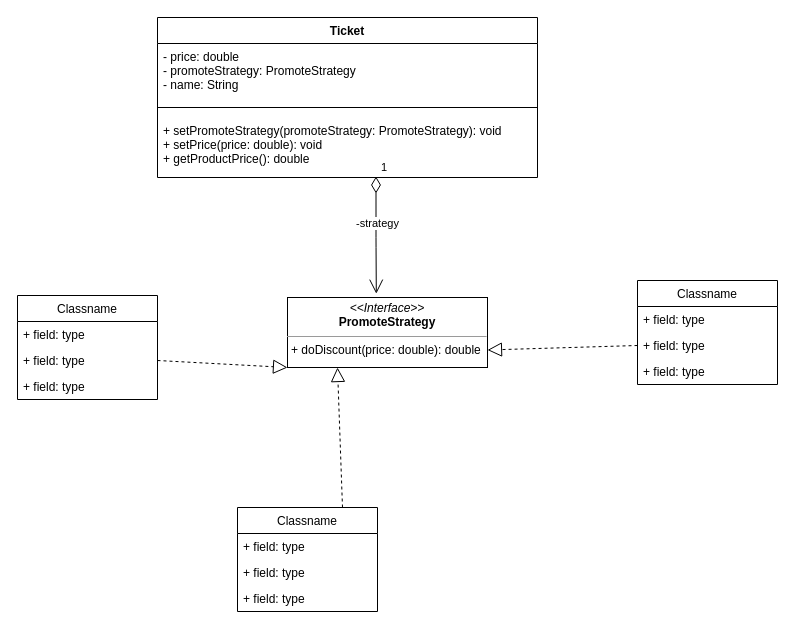
Above: StrategyDesignPatternDemo.drawio in tue0305/DesignPatternDemo (draw.io), before the change. Source tidied: cells renumbered, new cells numbered last; positions are measured from the earlier drawing's top-left corner, leaving out a move shared by most shapes. Both pictures are drawn from the tidied source at 100%, with x=0, y=0 at pixel (17, 17).
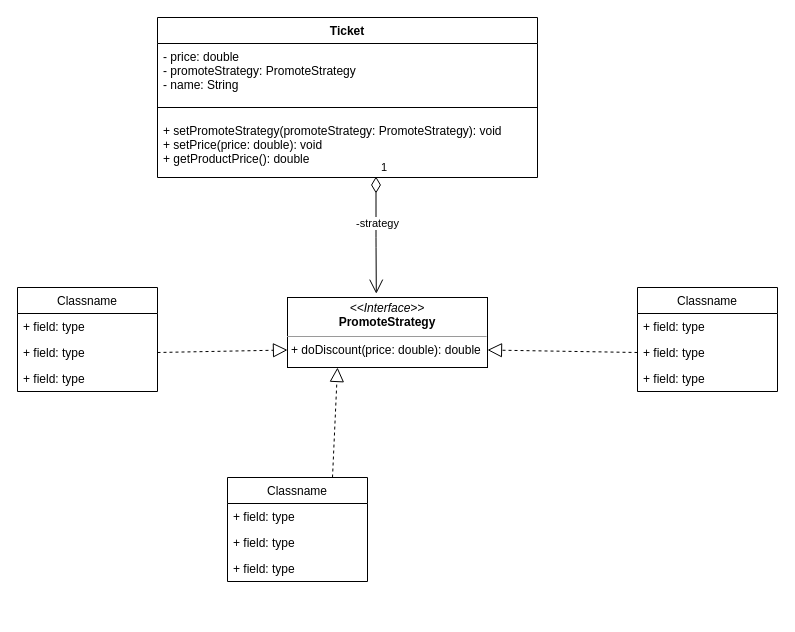
After the change.

The change refers to these unchanged cells:
```xml
<mxCell id="6" value="&lt;p style=&quot;margin: 0px ; margin-top: 4px ; text-align: center&quot;&gt;&lt;i&gt;&amp;lt;&amp;lt;Interface&amp;gt;&amp;gt;&lt;/i&gt;&lt;br&gt;&lt;b&gt;PromoteStrategy&lt;/b&gt;&lt;/p&gt;&lt;hr size=&quot;1&quot;&gt;&lt;p style=&quot;margin: 0px ; margin-left: 4px&quot;&gt;+ doDiscount(price: double): double&lt;br&gt;&lt;/p&gt;&lt;p style=&quot;margin: 0px ; margin-left: 4px&quot;&gt;&lt;br&gt;&lt;/p&gt;" style="verticalAlign=top;align=left;overflow=fill;fontSize=12;fontFamily=Helvetica;html=1;" parent="1" vertex="1">
  <mxGeometry x="270" y="280" width="200" height="70" as="geometry" />
</mxCell>
<mxCell id="19" value="+ field: type" style="text;strokeColor=none;fillColor=none;align=left;verticalAlign=top;spacingLeft=4;spacingRight=4;overflow=hidden;points=[[0,0.5],[1,0.5]];portConstraint=eastwest;" parent="17" vertex="1">
  <mxGeometry y="52" width="140" height="26" as="geometry" />
</mxCell>
```

What changed in the source:
```diff
@@
     <mxCell id="9" value="Classname" style="swimlane;fontStyle=0;horizontal=1;startSize=26;fillColor=none;" parent="1" vertex="1">
-      <mxGeometry x="620" y="263" width="140" height="104" as="geometry" />
+      <mxGeometry x="620" y="270" width="140" height="104" as="geometry" />
     </mxCell>
@@
     <mxCell id="13" value="Classname" style="swimlane;fontStyle=0;horizontal=1;startSize=26;fillColor=none;" parent="1" vertex="1">
-      <mxGeometry x="220" y="490" width="140" height="104" as="geometry" />
+      <mxGeometry x="210" y="460" width="140" height="104" as="geometry" />
     </mxCell>
@@
     <mxCell id="17" value="Classname" style="swimlane;fontStyle=0;horizontal=1;startSize=26;fillColor=none;" parent="1" vertex="1">
-      <mxGeometry y="278" width="140" height="104" as="geometry" />
+      <mxGeometry y="270" width="140" height="104" as="geometry" />
     </mxCell>
@@
-    <mxCell id="21" style="endArrow=block;dashed=1;endFill=0;endSize=12;html=1;entryX=0;entryY=1;entryDx=0;entryDy=0;exitX=1;exitY=0.5;exitDx=0;exitDy=0;" parent="1" edge="1" source="19" target="6">
+    <mxCell id="21" style="endArrow=block;dashed=1;endFill=0;endSize=12;html=1;entryX=0;entryY=0.75;entryDx=0;entryDy=0;exitX=1;exitY=0.5;exitDx=0;exitDy=0;" parent="1" edge="1" source="19" target="6">
       <mxGeometry relative="1" as="geometry" />
     </mxCell>
```
